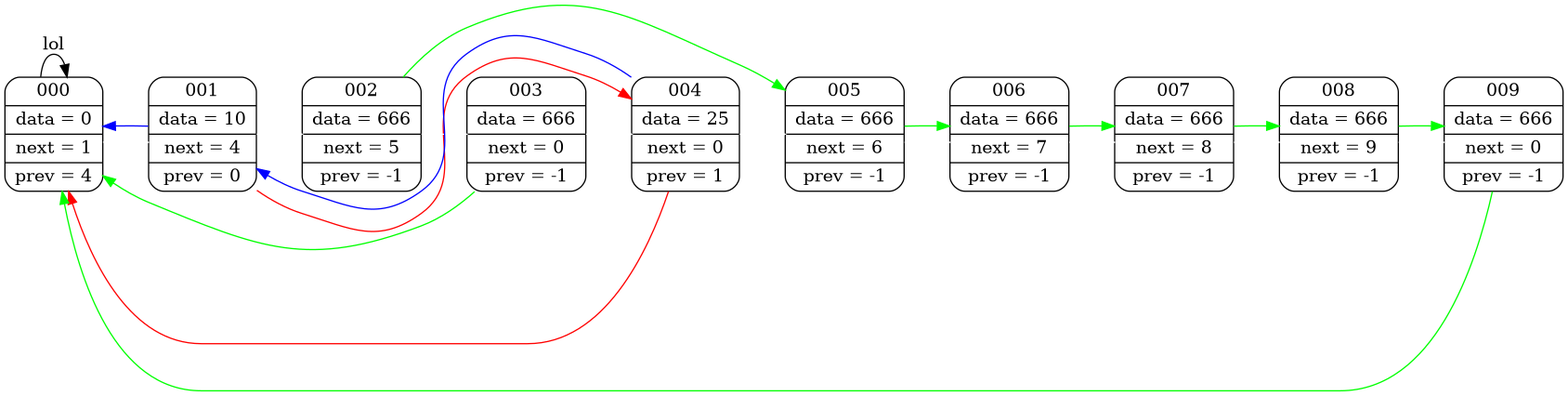
The Graphviz diagram graphviz/dump.png in daniilgriga/List, before a commit. Its source is kept beside it as graphviz/dump.dot.
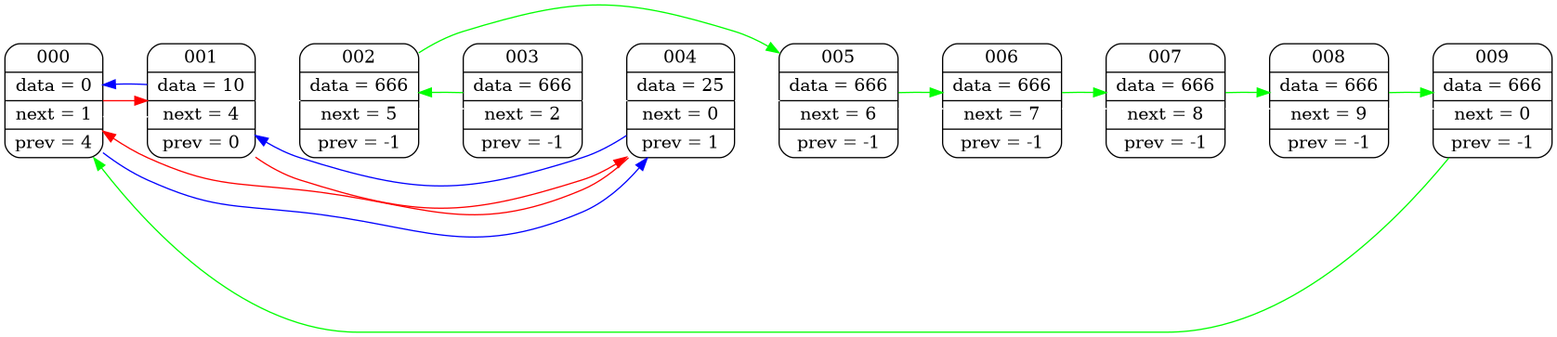
Later version of the same file.

Diff of the diagram source:
```diff
@@ -4,7 +4,7 @@
 node000 [shape=Mrecord; label = "  000 | data =   0 | next =   1 | prev =   4  "];
 node001 [shape=Mrecord; label = "  001 | data =  10 | next =   4 | prev =   0  "];
 node002 [shape=Mrecord; label = "  002 | data = 666 | next =   5 | prev =  -1  "];
-node003 [shape=Mrecord; label = "  003 | data = 666 | next =   0 | prev =  -1  "];
+node003 [shape=Mrecord; label = "  003 | data = 666 | next =   2 | prev =  -1  "];
 node004 [shape=Mrecord; label = "  004 | data =  25 | next =   0 | prev =   1  "];
 node005 [shape=Mrecord; label = "  005 | data = 666 | next =   6 | prev =  -1  "];
 node006 [shape=Mrecord; label = "  006 | data = 666 | next =   7 | prev =  -1  "];
@@ -21,21 +21,27 @@
 node006 -> node007 [ weight=1000; color=white; ];
 node007 -> node008 [ weight=1000; color=white; ];
 node008 -> node009 [ weight=1000; color=white; ];
+node000 -> node001 [ color=red; ]
 
-node000 -> node000 [ label = "lol"];
+node000 -> node004 [ color=blue; ]
+node001 -> node004 [ color=red; ]
 
-node001 -> node004 [ color=red; ]
+node001 -> node000 [ color=blue; ]
+node002 -> node005 [ color=green; ]
+
+node003 -> node002 [ color=green; ]
+
 node004 -> node000 [ color=red; ]
 
-node001 -> node000 [ color=blue; ]
 node004 -> node001 [ color=blue; ]
+node005 -> node006 [ color=green; ]
 
-node002 -> node005 [ color=green; ]
-node003 -> node000 [ color=green; ]
+node006 -> node007 [ color=green; ]
 
-node005 -> node006 [ color=green; ]
-node006 -> node007 [ color=green; ]
 node007 -> node008 [ color=green; ]
+
 node008 -> node009 [ color=green; ]
+
 node009 -> node000 [ color=green; ]
+
 }
```
